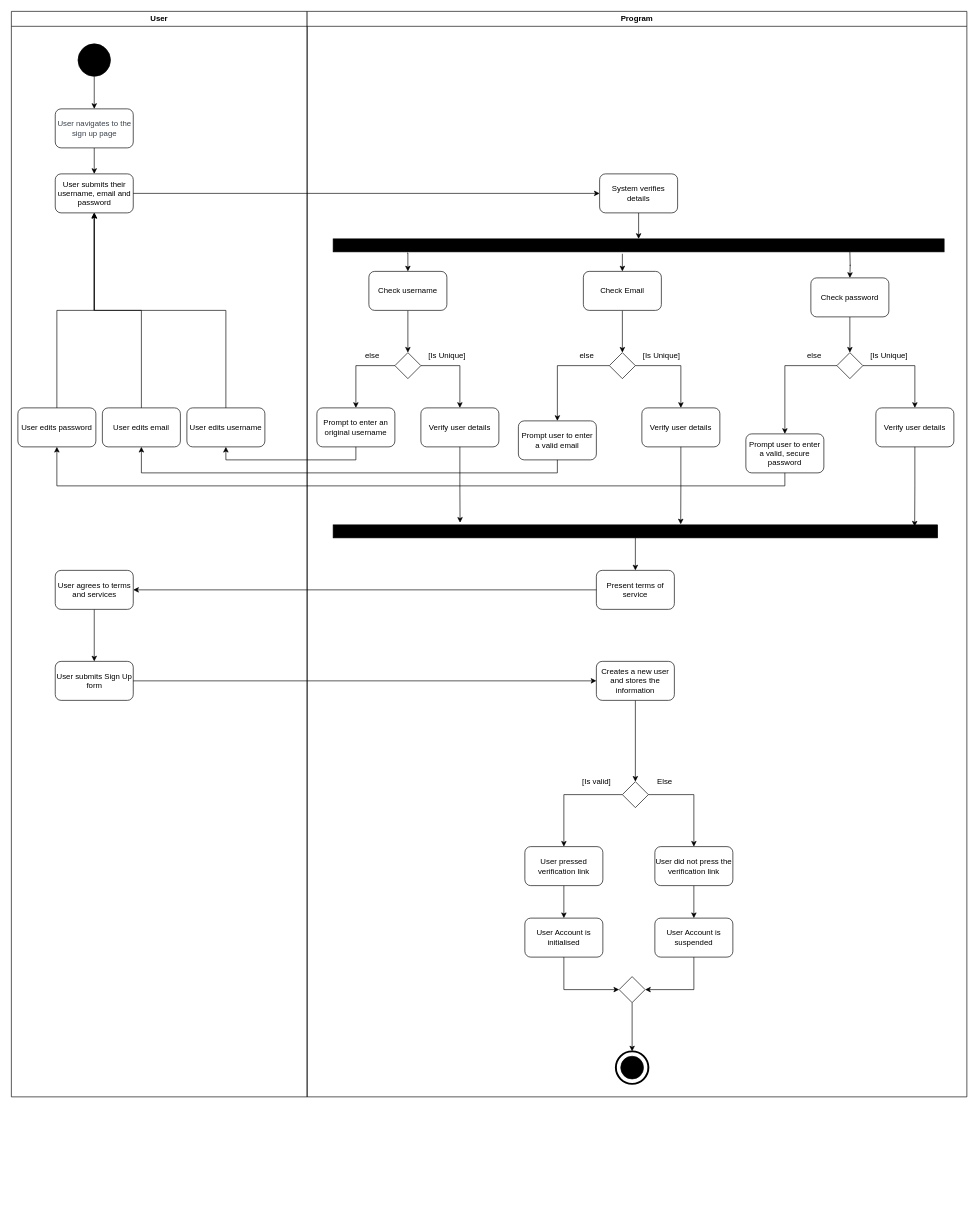
This is Assignment 3/Activity 1/A3_SignUp_ActivityDiagram.drawio from s3950562/U_IT01_2, a draw.io file, before an edit. Source tidied: cells renumbered, new cells numbered last; positions are measured from the earlier drawing's top-left corner, leaving out a move shared by most shapes. Both pictures are drawn from the tidied source at 65%, with x=0, y=0 at pixel (11, 11).
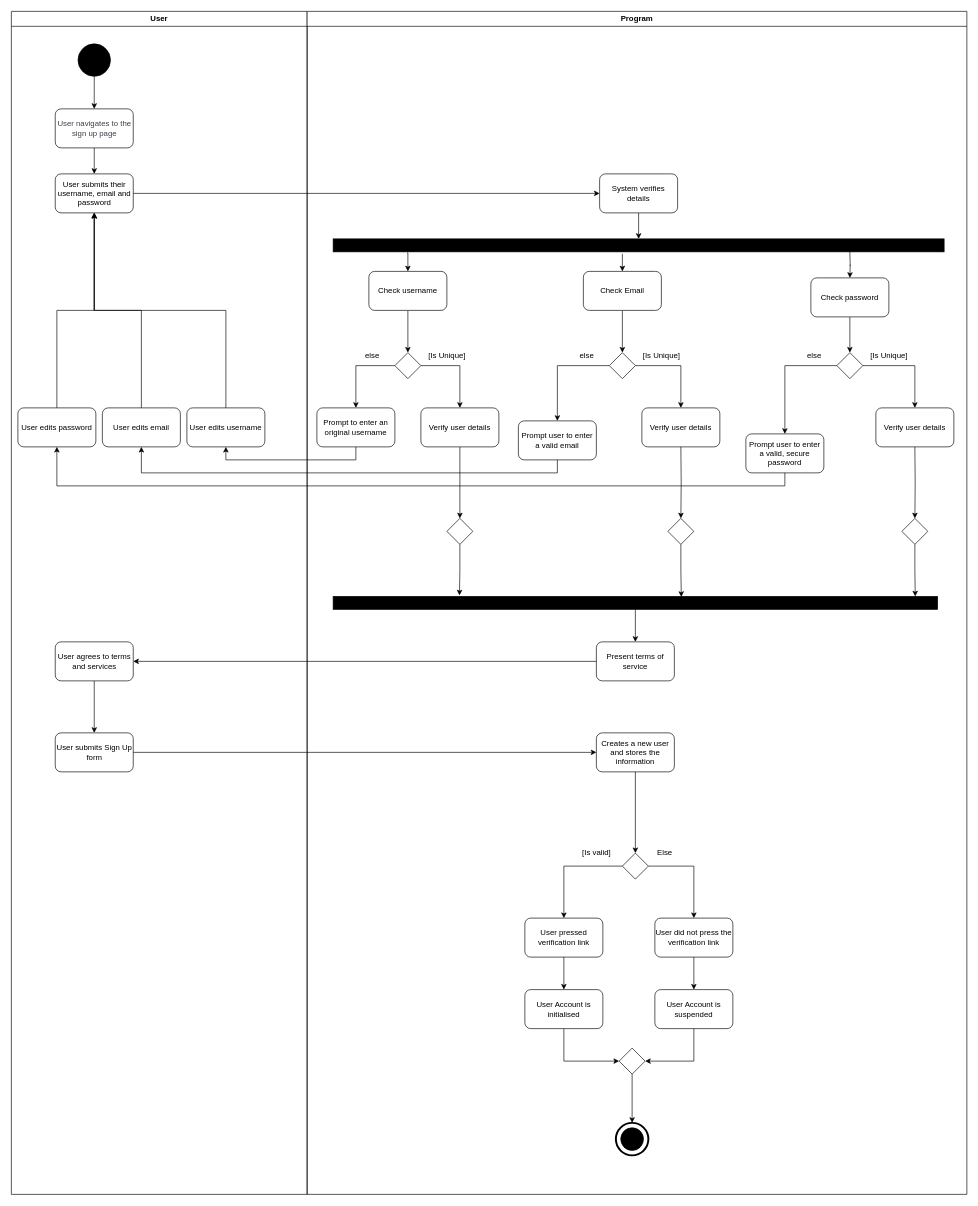
After the change.

Commit message (it also covers changes not shown here):
Post Edit finished, awaiting feedback

Unchanged cells that the change refers to:
```xml
<mxCell id="7" value="User submits their username, email and password" style="rounded=1;whiteSpace=wrap;html=1;" parent="2" vertex="1">
  <mxGeometry x="67.5" y="250" width="120" height="60" as="geometry" />
</mxCell>
<mxCell id="25" value="System verifies details" style="rounded=1;whiteSpace=wrap;html=1;" parent="17" vertex="1">
  <mxGeometry x="450" y="250" width="120" height="60" as="geometry" />
</mxCell>
<mxCell id="27" value="Verify user details" style="rounded=1;whiteSpace=wrap;html=1;" parent="17" vertex="1">
  <mxGeometry x="175" y="610" width="120" height="60" as="geometry" />
</mxCell>
<mxCell id="43" value="Verify user details" style="rounded=1;whiteSpace=wrap;html=1;" parent="17" vertex="1">
  <mxGeometry x="515" y="610" width="120" height="60" as="geometry" />
</mxCell>
<mxCell id="46" value="Verify user details" style="rounded=1;whiteSpace=wrap;html=1;" parent="17" vertex="1">
  <mxGeometry x="875" y="610" width="120" height="60" as="geometry" />
</mxCell>
```

The edit, as a diff of the source:
```diff
@@
     <mxCell id="2" value="User" style="swimlane;whiteSpace=wrap;html=1;" parent="1" vertex="1">
-      <mxGeometry width="455" height="1670" as="geometry" />
+      <mxGeometry width="455" height="1820" as="geometry" />
     </mxCell>
@@
-    <mxCell id="8" style="edgeStyle=orthogonalEdgeStyle;rounded=0;jettySize=auto;html=1;" parent="2" edge="1" source="9" target="10">
-      <mxGeometry relative="1" as="geometry" />
-    </mxCell>
-    <mxCell id="9" value="User agrees to terms and services" style="rounded=1;whiteSpace=wrap;html=1;" parent="2" vertex="1">
-      <mxGeometry x="67.5" y="860" width="120" height="60" as="geometry" />
-    </mxCell>
-    <mxCell id="10" value="User submits Sign Up form" style="rounded=1;whiteSpace=wrap;html=1;" parent="2" vertex="1">
-      <mxGeometry x="67.5" y="1000" width="120" height="60" as="geometry" />
-    </mxCell>
@@
     <mxCell id="17" value="Program" style="swimlane;whiteSpace=wrap;html=1;" parent="1" vertex="1">
-      <mxGeometry x="455" width="1015" height="1670" as="geometry" />
+      <mxGeometry x="455" width="1015" height="1820" as="geometry" />
     </mxCell>
@@
+    <mxCell id="83" style="edgeStyle=orthogonalEdgeStyle;rounded=0;jettySize=auto;html=1;exitX=0.5;exitY=1;exitDx=0;exitDy=0;" parent="17" edge="1" source="27" target="84">
+      <mxGeometry relative="1" as="geometry" />
+    </mxCell>
@@
+    <mxCell id="8" style="edgeStyle=orthogonalEdgeStyle;rounded=0;jettySize=auto;html=1;" parent="17" edge="1" source="9" target="10">
+      <mxGeometry relative="1" as="geometry" />
+    </mxCell>
+    <mxCell id="9" value="User agrees to terms and services" style="rounded=1;whiteSpace=wrap;html=1;" parent="17" vertex="1">
+      <mxGeometry x="-387.5" y="970" width="120" height="60" as="geometry" />
+    </mxCell>
+    <mxCell id="10" value="User submits Sign Up form" style="rounded=1;whiteSpace=wrap;html=1;" parent="17" vertex="1">
+      <mxGeometry x="-387.5" y="1110" width="120" height="60" as="geometry" />
+    </mxCell>
@@
     <mxCell id="52" style="rounded=0;whiteSpace=wrap;html=1;fillColor=#000000;" parent="17" vertex="1">
-      <mxGeometry x="40" y="790" width="930" height="20" as="geometry" />
+      <mxGeometry x="40" y="900" width="930" height="20" as="geometry" />
     </mxCell>
-    <mxCell id="53" style="edgeStyle=orthogonalEdgeStyle;rounded=0;jettySize=auto;html=1;exitX=0.5;exitY=1;exitDx=0;exitDy=0;entryX=0.21;entryY=-0.167;entryDx=0;entryDy=0;entryPerimeter=0;" parent="17" edge="1" source="27" target="52">
-      <mxGeometry relative="1" as="geometry" />
-    </mxCell>
-    <mxCell id="54" style="edgeStyle=orthogonalEdgeStyle;rounded=0;jettySize=auto;html=1;exitX=0.5;exitY=1;exitDx=0;exitDy=0;entryX=0.575;entryY=-0.042;entryDx=0;entryDy=0;entryPerimeter=0;" parent="17" edge="1" source="43" target="52">
-      <mxGeometry relative="1" as="geometry" />
-    </mxCell>
-    <mxCell id="55" style="edgeStyle=orthogonalEdgeStyle;rounded=0;jettySize=auto;html=1;exitX=0.5;exitY=1;exitDx=0;exitDy=0;entryX=0.962;entryY=0.125;entryDx=0;entryDy=0;entryPerimeter=0;" parent="17" edge="1" source="46" target="52">
-      <mxGeometry relative="1" as="geometry" />
-    </mxCell>
     <mxCell id="56" value="Present terms of service" style="rounded=1;whiteSpace=wrap;html=1;" parent="17" vertex="1">
-      <mxGeometry x="445" y="860" width="120" height="60" as="geometry" />
+      <mxGeometry x="445" y="970" width="120" height="60" as="geometry" />
     </mxCell>
@@
     <mxCell id="58" value="Creates a new user and stores the information" style="rounded=1;whiteSpace=wrap;html=1;" parent="17" vertex="1">
-      <mxGeometry x="445" y="1000" width="120" height="60" as="geometry" />
+      <mxGeometry x="445" y="1110" width="120" height="60" as="geometry" />
     </mxCell>
@@
     <mxCell id="61" style="rhombus;whiteSpace=wrap;html=1;" parent="17" vertex="1">
-      <mxGeometry x="485" y="1185" width="40" height="40" as="geometry" />
+      <mxGeometry x="485" y="1295" width="40" height="40" as="geometry" />
     </mxCell>
@@
     <mxCell id="63" value="User pressed verification link" style="rounded=1;whiteSpace=wrap;html=1;" parent="17" vertex="1">
-      <mxGeometry x="335" y="1285" width="120" height="60" as="geometry" />
+      <mxGeometry x="335" y="1395" width="120" height="60" as="geometry" />
     </mxCell>
@@
     <mxCell id="65" value="User did not press the verification link" style="rounded=1;whiteSpace=wrap;html=1;" parent="17" vertex="1">
-      <mxGeometry x="535" y="1285" width="120" height="60" as="geometry" />
+      <mxGeometry x="535" y="1395" width="120" height="60" as="geometry" />
     </mxCell>
@@
     <mxCell id="67" value="User Account is suspended" style="rounded=1;whiteSpace=wrap;html=1;" parent="17" vertex="1">
-      <mxGeometry x="535" y="1395" width="120" height="60" as="geometry" />
+      <mxGeometry x="535" y="1505" width="120" height="60" as="geometry" />
     </mxCell>
@@
     <mxCell id="69" value="User Account is initialised" style="rounded=1;whiteSpace=wrap;html=1;" parent="17" vertex="1">
-      <mxGeometry x="335" y="1395" width="120" height="60" as="geometry" />
+      <mxGeometry x="335" y="1505" width="120" height="60" as="geometry" />
     </mxCell>
@@
     <mxCell id="71" style="rhombus;whiteSpace=wrap;html=1;" parent="17" vertex="1">
-      <mxGeometry x="480" y="1485" width="40" height="40" as="geometry" />
+      <mxGeometry x="480" y="1595" width="40" height="40" as="geometry" />
     </mxCell>
     <mxCell id="72" value="[Is valid]" style="text;html=1;align=center;verticalAlign=middle;strokeColor=none;fillColor=none;" parent="17" vertex="1">
-      <mxGeometry x="410" y="1170" width="70" height="30" as="geometry" />
+      <mxGeometry x="410" y="1280" width="70" height="30" as="geometry" />
     </mxCell>
     <mxCell id="73" value="Else" style="text;html=1;align=center;verticalAlign=middle;strokeColor=none;fillColor=none;" parent="17" vertex="1">
-      <mxGeometry x="525" y="1170" width="50" height="30" as="geometry" />
+      <mxGeometry x="525" y="1280" width="50" height="30" as="geometry" />
     </mxCell>
     <mxCell id="74" style="group;" parent="17" vertex="1">
-      <mxGeometry x="475" y="1600" width="50" height="50" as="geometry" />
+      <mxGeometry x="475" y="1710" width="50" height="50" as="geometry" />
     </mxCell>
@@
-    <mxCell id="77" style="edgeStyle=orthogonalEdgeStyle;rounded=0;jettySize=auto;html=1;exitX=1;exitY=0.5;exitDx=0;exitDy=0;" parent="1" edge="1" source="7" target="25">
-      <mxGeometry relative="1" as="geometry" />
-    </mxCell>
-    <mxCell id="78" style="edgeStyle=orthogonalEdgeStyle;rounded=0;jettySize=auto;html=1;exitX=0;exitY=0.5;exitDx=0;exitDy=0;entryX=1;entryY=0.5;entryDx=0;entryDy=0;" parent="1" edge="1" source="56" target="9">
+    <mxCell id="78" style="edgeStyle=orthogonalEdgeStyle;rounded=0;jettySize=auto;html=1;exitX=0;exitY=0.5;exitDx=0;exitDy=0;entryX=1;entryY=0.5;entryDx=0;entryDy=0;" parent="17" edge="1" source="56" target="9">
       <mxGeometry relative="1" as="geometry" />
     </mxCell>
-    <mxCell id="79" style="edgeStyle=orthogonalEdgeStyle;rounded=0;jettySize=auto;html=1;exitX=1;exitY=0.5;exitDx=0;exitDy=0;" parent="1" edge="1" source="10" target="58">
+    <mxCell id="79" style="edgeStyle=orthogonalEdgeStyle;rounded=0;jettySize=auto;html=1;exitX=1;exitY=0.5;exitDx=0;exitDy=0;" parent="17" edge="1" source="10" target="58">
       <mxGeometry relative="1" as="geometry" />
     </mxCell>
+    <mxCell id="84" style="rhombus;whiteSpace=wrap;html=1;" parent="17" vertex="1">
+      <mxGeometry x="215" y="780" width="40" height="40" as="geometry" />
+    </mxCell>
+    <mxCell id="85" style="edgeStyle=orthogonalEdgeStyle;rounded=0;jettySize=auto;html=1;exitX=0.5;exitY=1;exitDx=0;exitDy=0;" parent="17" edge="1" target="86">
+      <mxGeometry relative="1" as="geometry">
+        <mxPoint x="575" y="670" as="sourcePoint" />
+      </mxGeometry>
+    </mxCell>
+    <mxCell id="86" style="rhombus;whiteSpace=wrap;html=1;" parent="17" vertex="1">
+      <mxGeometry x="555" y="780" width="40" height="40" as="geometry" />
+    </mxCell>
+    <mxCell id="87" style="edgeStyle=orthogonalEdgeStyle;rounded=0;jettySize=auto;html=1;exitX=0.5;exitY=1;exitDx=0;exitDy=0;" parent="17" edge="1" target="88">
+      <mxGeometry relative="1" as="geometry">
+        <mxPoint x="935" y="670" as="sourcePoint" />
+      </mxGeometry>
+    </mxCell>
+    <mxCell id="88" style="rhombus;whiteSpace=wrap;html=1;" parent="17" vertex="1">
+      <mxGeometry x="915" y="780" width="40" height="40" as="geometry" />
+    </mxCell>
+    <mxCell id="89" style="edgeStyle=orthogonalEdgeStyle;rounded=0;jettySize=auto;html=1;exitX=0.5;exitY=1;exitDx=0;exitDy=0;entryX=0.963;entryY=0;entryDx=0;entryDy=0;entryPerimeter=0;" parent="17" edge="1" source="88" target="52">
+      <mxGeometry relative="1" as="geometry" />
+    </mxCell>
+    <mxCell id="90" style="edgeStyle=orthogonalEdgeStyle;rounded=0;jettySize=auto;html=1;exitX=0.5;exitY=1;exitDx=0;exitDy=0;entryX=0.576;entryY=0.041;entryDx=0;entryDy=0;entryPerimeter=0;" parent="17" edge="1" source="86" target="52">
+      <mxGeometry relative="1" as="geometry" />
+    </mxCell>
+    <mxCell id="91" style="edgeStyle=orthogonalEdgeStyle;rounded=0;jettySize=auto;html=1;exitX=0.5;exitY=1;exitDx=0;exitDy=0;entryX=0.209;entryY=-0.076;entryDx=0;entryDy=0;entryPerimeter=0;" parent="17" edge="1" source="84" target="52">
+      <mxGeometry relative="1" as="geometry" />
+    </mxCell>
+    <mxCell id="77" style="edgeStyle=orthogonalEdgeStyle;rounded=0;jettySize=auto;html=1;exitX=1;exitY=0.5;exitDx=0;exitDy=0;" parent="1" edge="1" source="7" target="25">
+      <mxGeometry relative="1" as="geometry" />
+    </mxCell>
```
